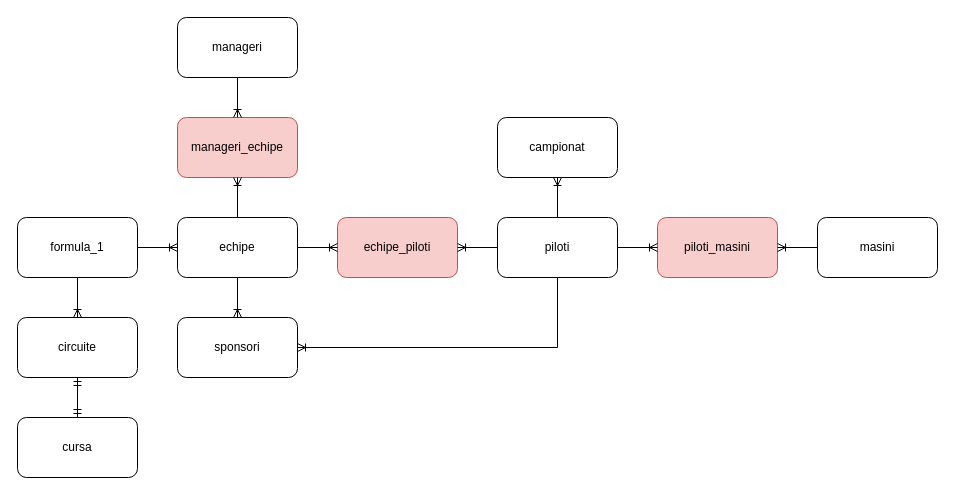
andreea-agrisan/examen_sem1_db keeps this draw.io diagram as Model_Abstract.drawio. Above is the earlier version. Source tidied: cells renumbered, new cells numbered last; positions are measured from the earlier drawing's top-left corner, leaving out a move shared by most shapes. Both pictures are drawn from the tidied source at 100%, with x=0, y=0 at pixel (17, 17).
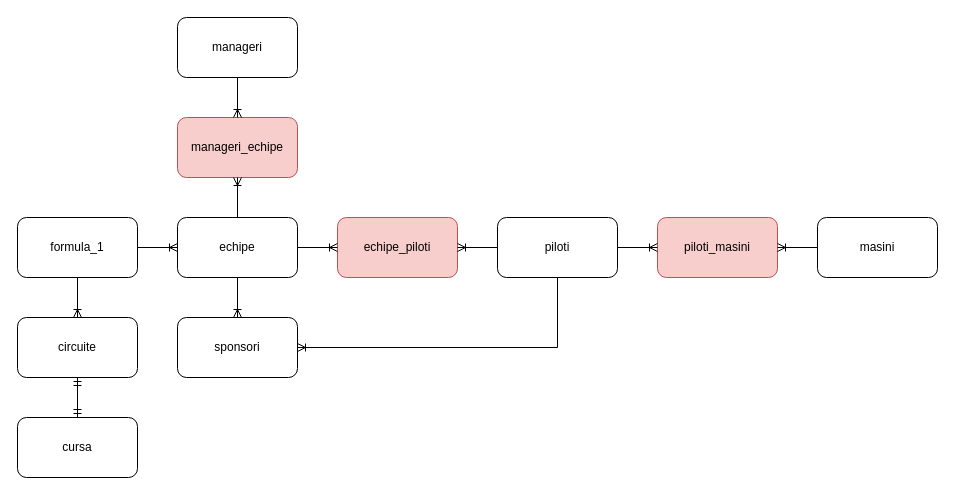
The same page after the edit.

The change refers to these unchanged cells:
```xml
<mxCell id="3" value="piloti" style="rounded=1;whiteSpace=wrap;html=1;" parent="1" vertex="1">
  <mxGeometry x="480" y="200" width="120" height="60" as="geometry" />
</mxCell>
```

What changed in the source:
```diff
@@
-    <mxCell id="7" value="campionat" style="rounded=1;whiteSpace=wrap;html=1;" parent="1" vertex="1">
-      <mxGeometry x="480" y="100" width="120" height="60" as="geometry" />
-    </mxCell>
@@
-    <mxCell id="14" style="edgeStyle=orthogonalEdgeStyle;fontSize=12;html=1;endArrow=ERoneToMany;rounded=0;exitX=0.5;exitY=0;exitDx=0;exitDy=0;entryX=0.5;entryY=1;entryDx=0;entryDy=0;" parent="1" edge="1" source="3" target="7">
-      <mxGeometry relative="1" as="geometry" />
-    </mxCell>
```
